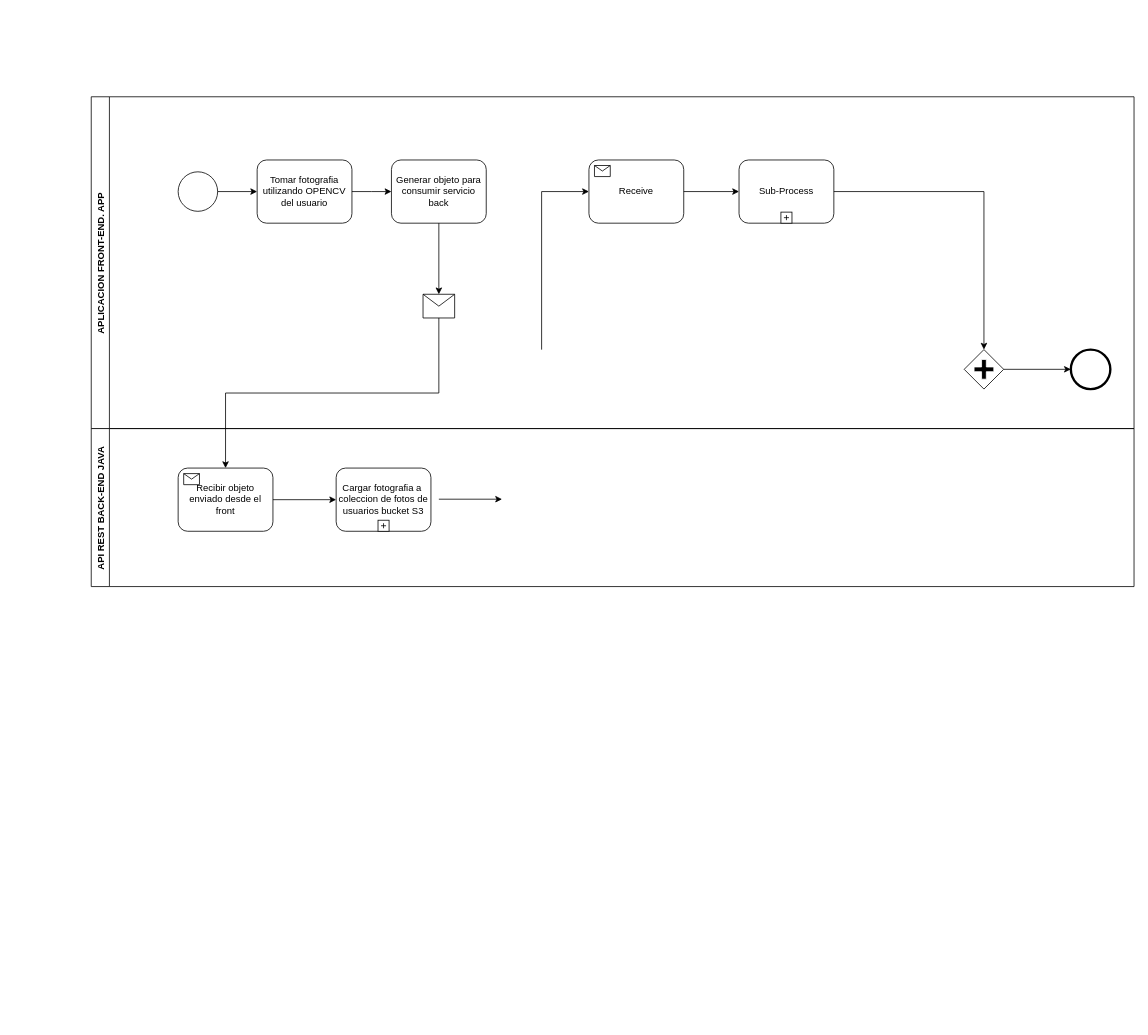
Earlier version of the draw.io diagram ProcesoRegistroUsuario.drawio (ca-milin15/proy_grado_2021_doc). Source tidied: cells renumbered, new cells numbered last; positions are measured from the earlier drawing's top-left corner, leaving out a move shared by most shapes. Both pictures are drawn from the tidied source at 79%, with x=0, y=0 at pixel (91, 96).
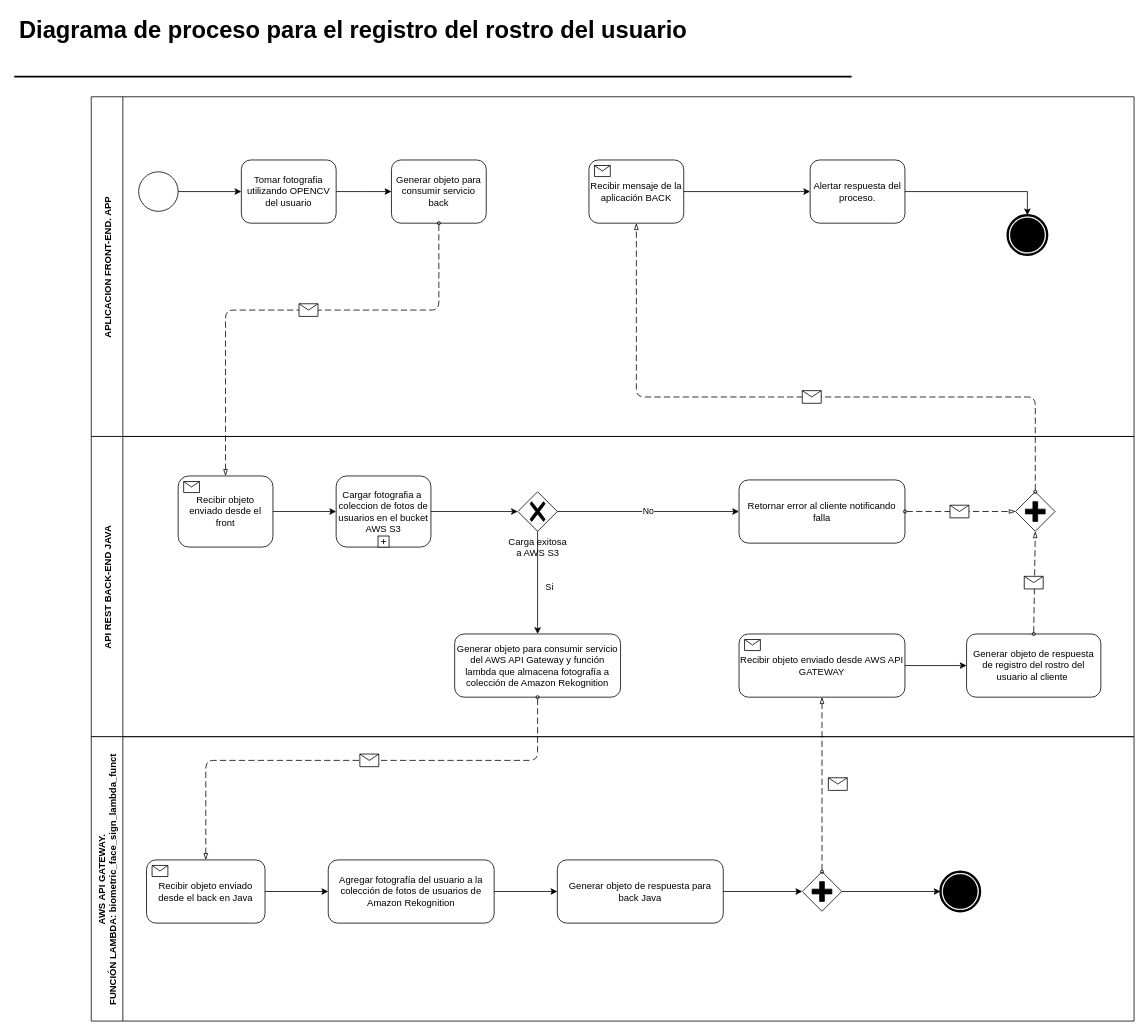
Above is the later version.

The change refers to these unchanged cells:
```xml
<mxCell id="17" value="Generar objeto para consumir servicio back" style="shape=ext;rounded=1;html=1;whiteSpace=wrap;" parent="16" vertex="1">
  <mxGeometry x="380" y="80" width="120" height="80" as="geometry" />
</mxCell>
```

Change to the diagram source:
```diff
@@
-    <mxCell id="2" style="shape=mxgraph.bpmn.shape;html=1;verticalLabelPosition=bottom;labelBackgroundColor=#ffffff;verticalAlign=top;perimeter=ellipsePerimeter;outline=standard;symbol=general;" parent="1" vertex="1">
-      <mxGeometry x="110" y="95" width="50" height="50" as="geometry" />
-    </mxCell>
-    <mxCell id="3" value="Tomar fotografia utilizando OPENCV del usuario" style="shape=ext;rounded=1;html=1;whiteSpace=wrap;" parent="1" vertex="1">
-      <mxGeometry x="210" y="80" width="120" height="80" as="geometry" />
-    </mxCell>
-    <mxCell id="4" value="Sub-Process" style="html=1;whiteSpace=wrap;rounded=1;" parent="1" vertex="1">
-      <mxGeometry x="820" y="80" width="120" height="80" as="geometry" />
-    </mxCell>
-    <mxCell id="5" style="html=1;shape=plus;" parent="4" vertex="1">
-      <mxGeometry x="0.5" y="1" width="14" height="14" relative="1" as="geometry">
-        <mxPoint x="-7" y="-14" as="offset" />
-      </mxGeometry>
-    </mxCell>
-    <mxCell id="6" value="Receive" style="html=1;whiteSpace=wrap;rounded=1;" parent="1" vertex="1">
+    <mxCell id="6" value="Recibir mensaje de la aplicación BACK" style="html=1;whiteSpace=wrap;rounded=1;" parent="1" vertex="1">
       <mxGeometry x="630" y="80" width="120" height="80" as="geometry" />
     </mxCell>
@@
-    <mxCell id="8" style="shape=mxgraph.bpmn.shape;html=1;verticalLabelPosition=bottom;labelBackgroundColor=#ffffff;verticalAlign=top;perimeter=rhombusPerimeter;background=gateway;outline=none;symbol=parallelGw;" parent="1" vertex="1">
-      <mxGeometry x="1105" y="320" width="50" height="50" as="geometry" />
-    </mxCell>
-    <mxCell id="9" style="shape=mxgraph.bpmn.shape;html=1;verticalLabelPosition=bottom;labelBackgroundColor=#ffffff;verticalAlign=top;perimeter=ellipsePerimeter;outline=end;symbol=general;" parent="1" vertex="1">
-      <mxGeometry x="1240" y="320" width="50" height="50" as="geometry" />
-    </mxCell>
-    <mxCell id="10" style="edgeStyle=orthogonalEdgeStyle;rounded=0;html=1;jettySize=auto;" parent="1" edge="1" source="2" target="3">
-      <mxGeometry relative="1" as="geometry" />
-    </mxCell>
@@
-    <mxCell id="12" style="edgeStyle=orthogonalEdgeStyle;rounded=0;html=1;jettySize=auto;" parent="1" edge="1" source="6" target="4">
+    <mxCell id="12" style="edgeStyle=orthogonalEdgeStyle;rounded=0;html=1;jettySize=auto;entryX=0;entryY=0.5;entryDx=0;entryDy=0;" parent="1" edge="1" source="6" target="45">
       <mxGeometry relative="1" as="geometry" />
     </mxCell>
-    <mxCell id="13" style="edgeStyle=orthogonalEdgeStyle;rounded=0;html=1;jettySize=auto;" parent="1" edge="1" source="4" target="8">
-      <mxGeometry relative="1" as="geometry">
-        <Array as="points">
-          <mxPoint x="1130" y="120" />
-        </Array>
-      </mxGeometry>
-    </mxCell>
-    <mxCell id="14" style="edgeStyle=orthogonalEdgeStyle;rounded=0;html=1;jettySize=auto;" parent="1" edge="1" source="8" target="9">
-      <mxGeometry relative="1" as="geometry" />
-    </mxCell>
-    <mxCell id="15" style="edgeStyle=orthogonalEdgeStyle;rounded=0;html=1;jettySize=auto;" parent="1" edge="1" target="6">
-      <mxGeometry relative="1" as="geometry">
-        <mxPoint x="570.1" y="320.1" as="sourcePoint" />
-        <Array as="points">
-          <mxPoint x="570" y="120" />
-        </Array>
-      </mxGeometry>
-    </mxCell>
-    <mxCell id="16" value="APLICACION FRONT-END. APP" style="swimlane;horizontal=0;" parent="1" vertex="1">
-      <mxGeometry width="1320" height="420" as="geometry" />
+    <mxCell id="16" value="APLICACION FRONT-END. APP" style="swimlane;horizontal=0;startSize=40;" parent="1" vertex="1">
+      <mxGeometry width="1320" height="430" as="geometry" />
     </mxCell>
@@
-    <mxCell id="18" style="shape=message;whiteSpace=wrap;html=1;" parent="16" vertex="1">
-      <mxGeometry x="420" y="250" width="40" height="30" as="geometry" />
-    </mxCell>
-    <mxCell id="19" style="edgeStyle=orthogonalEdgeStyle;rounded=0;html=1;jettySize=auto;exitX=0.5;exitY=1;exitDx=0;exitDy=0;entryX=0.5;entryY=0;entryDx=0;entryDy=0;" parent="16" edge="1" source="17" target="18">
-      <mxGeometry relative="1" as="geometry" />
-    </mxCell>
-    <mxCell id="20" value="API REST BACK-END JAVA" style="swimlane;horizontal=0;" parent="1" vertex="1">
-      <mxGeometry y="420" width="1320" height="200" as="geometry" />
+    <mxCell id="20" value="API REST BACK-END JAVA" style="swimlane;horizontal=0;startSize=40;" parent="16" vertex="1">
+      <mxGeometry y="430" width="1320" height="380" as="geometry" />
     </mxCell>
     <mxCell id="21" value="Recibir objeto enviado desde el front" style="html=1;whiteSpace=wrap;rounded=1;" parent="20" vertex="1">
-      <mxGeometry x="110" y="50" width="120" height="80" as="geometry" />
+      <mxGeometry x="110" y="50" width="120" height="90" as="geometry" />
     </mxCell>
@@
-    <mxCell id="23" value="Cargar fotografia a&amp;nbsp; coleccion de fotos de usuarios bucket S3" style="html=1;whiteSpace=wrap;rounded=1;" parent="20" vertex="1">
-      <mxGeometry x="310" y="50" width="120" height="80" as="geometry" />
+    <mxCell id="23" value="Cargar fotografia a&amp;nbsp; coleccion de fotos de usuarios en el bucket AWS S3" style="html=1;whiteSpace=wrap;rounded=1;" parent="20" vertex="1">
+      <mxGeometry x="310" y="50" width="120" height="90" as="geometry" />
     </mxCell>
@@
-    <mxCell id="26" style="edgeStyle=orthogonalEdgeStyle;rounded=0;html=1;jettySize=auto;orthogonalLoop=1;exitX=1;exitY=0.5;exitDx=0;exitDy=0;entryX=0;entryY=0.5;entryDx=0;entryDy=0;" parent="20" edge="1">
-      <mxGeometry relative="1" as="geometry">
-        <mxPoint x="440" y="89.4" as="sourcePoint" />
-        <mxPoint x="520" y="89.4" as="targetPoint" />
-      </mxGeometry>
+    <mxCell id="26" style="edgeStyle=orthogonalEdgeStyle;rounded=0;html=1;jettySize=auto;exitX=1;exitY=0.5;exitDx=0;exitDy=0;entryX=0;entryY=0.5;entryDx=0;entryDy=0;entryPerimeter=0;" parent="20" edge="1" source="23" target="28">
+      <mxGeometry relative="1" as="geometry" />
     </mxCell>
-    <mxCell id="27" style="edgeStyle=orthogonalEdgeStyle;rounded=0;html=1;jettySize=auto;exitX=0.5;exitY=1;exitDx=0;exitDy=0;entryX=0.5;entryY=0;entryDx=0;entryDy=0;" parent="1" edge="1" source="18" target="21">
-      <mxGeometry relative="1" as="geometry" />
-    </mxCell>
+    <mxCell id="28" value="Carga exitosa &lt;br&gt;a AWS S3" style="points=[[0.25,0.25,0],[0.5,0,0],[0.75,0.25,0],[1,0.5,0],[0.75,0.75,0],[0.5,1,0],[0.25,0.75,0],[0,0.5,0]];shape=mxgraph.bpmn.gateway2;html=1;verticalLabelPosition=bottom;labelBackgroundColor=#ffffff;verticalAlign=top;align=center;perimeter=rhombusPerimeter;outlineConnect=0;outline=none;symbol=none;gwType=exclusive;" parent="20" vertex="1">
+      <mxGeometry x="540" y="70" width="50" height="50" as="geometry" />
+    </mxCell>
+    <mxCell id="29" value="Si" style="edgeStyle=orthogonalEdgeStyle;rounded=0;html=1;jettySize=auto;exitX=0.5;exitY=1;exitDx=0;exitDy=0;exitPerimeter=0;entryX=0.5;entryY=0;entryDx=0;entryDy=0;" parent="20" edge="1" source="28" target="35">
+      <mxGeometry x="0.08" y="15" relative="1" as="geometry">
+        <Array as="points">
+          <mxPoint x="565" y="200" />
+        </Array>
+        <mxPoint y="1" as="offset" />
+      </mxGeometry>
+    </mxCell>
+    <mxCell id="30" value="Retornar error al cliente notificando falla" style="shape=ext;rounded=1;html=1;whiteSpace=wrap;" parent="20" vertex="1">
+      <mxGeometry x="820" y="55" width="210" height="80" as="geometry" />
+    </mxCell>
+    <mxCell id="31" value="No" style="edgeStyle=orthogonalEdgeStyle;rounded=0;html=1;jettySize=auto;exitX=1;exitY=0.5;exitDx=0;exitDy=0;exitPerimeter=0;entryX=0;entryY=0.5;entryDx=0;entryDy=0;" parent="20" edge="1" source="28" target="30">
+      <mxGeometry relative="1" as="geometry" />
+    </mxCell>
+    <mxCell id="32" style="points=[[0.25,0.25,0],[0.5,0,0],[0.75,0.25,0],[1,0.5,0],[0.75,0.75,0],[0.5,1,0],[0.25,0.75,0],[0,0.5,0]];shape=mxgraph.bpmn.gateway2;html=1;verticalLabelPosition=bottom;labelBackgroundColor=#ffffff;verticalAlign=top;align=center;perimeter=rhombusPerimeter;outlineConnect=0;outline=none;symbol=none;gwType=parallel;" parent="20" vertex="1">
+      <mxGeometry x="1170" y="70" width="50" height="50" as="geometry" />
+    </mxCell>
+    <mxCell id="33" style="endArrow=blockThin;html=1;labelPosition=left;verticalLabelPosition=middle;align=right;verticalAlign=middle;dashed=1;dashPattern=8 4;endFill=0;startArrow=oval;startFill=0;endSize=6;startSize=4;entryX=0;entryY=0.5;entryDx=0;entryDy=0;entryPerimeter=0;exitX=1;exitY=0.5;exitDx=0;exitDy=0;" parent="20" edge="1" source="30" target="32">
+      <mxGeometry relative="1" as="geometry" />
+    </mxCell>
+    <mxCell id="34" style="shape=message;html=1;labelPosition=left;verticalLabelPosition=middle;align=right;verticalAlign=middle;spacingRight=5;labelBackgroundColor=#ffffff;" parent="33" vertex="1">
+      <mxGeometry width="24" height="16" relative="1" as="geometry">
+        <mxPoint x="-13" y="-8" as="offset" />
+      </mxGeometry>
+    </mxCell>
+    <mxCell id="35" value="Generar objeto para consumir servicio del AWS API Gateway y función lambda que almacena fotografía a colección de Amazon Rekognition" style="shape=ext;rounded=1;html=1;whiteSpace=wrap;" parent="20" vertex="1">
+      <mxGeometry x="460" y="250" width="210" height="80" as="geometry" />
+    </mxCell>
+    <mxCell id="36" value="Recibir objeto enviado desde AWS API GATEWAY" style="html=1;whiteSpace=wrap;rounded=1;" parent="20" vertex="1">
+      <mxGeometry x="820" y="250" width="210" height="80" as="geometry" />
+    </mxCell>
+    <mxCell id="37" style="html=1;shape=message;" parent="36" vertex="1">
+      <mxGeometry width="20" height="14" relative="1" as="geometry">
+        <mxPoint x="7" y="7" as="offset" />
+      </mxGeometry>
+    </mxCell>
+    <mxCell id="38" value="Generar objeto de respuesta de registro del rostro del usuario al cliente&amp;nbsp;" style="shape=ext;rounded=1;html=1;whiteSpace=wrap;" parent="20" vertex="1">
+      <mxGeometry x="1108" y="250" width="170" height="80" as="geometry" />
+    </mxCell>
+    <mxCell id="39" style="edgeStyle=orthogonalEdgeStyle;rounded=0;html=1;jettySize=auto;exitX=1;exitY=0.5;exitDx=0;exitDy=0;entryX=0;entryY=0.5;entryDx=0;entryDy=0;" parent="20" edge="1" source="36" target="38">
+      <mxGeometry relative="1" as="geometry" />
+    </mxCell>
+    <mxCell id="40" style="endArrow=blockThin;html=1;labelPosition=left;verticalLabelPosition=middle;align=right;verticalAlign=middle;dashed=1;dashPattern=8 4;endFill=0;startArrow=oval;startFill=0;endSize=6;startSize=4;entryX=0.5;entryY=1;entryDx=0;entryDy=0;entryPerimeter=0;exitX=0.5;exitY=0;exitDx=0;exitDy=0;" parent="20" edge="1" source="38" target="32">
+      <mxGeometry relative="1" as="geometry" />
+    </mxCell>
+    <mxCell id="41" style="shape=message;html=1;labelPosition=left;verticalLabelPosition=middle;align=right;verticalAlign=middle;spacingRight=5;labelBackgroundColor=#ffffff;" parent="40" vertex="1">
+      <mxGeometry width="24" height="16" relative="1" as="geometry">
+        <mxPoint x="-13" y="-8" as="offset" />
+      </mxGeometry>
+    </mxCell>
+    <mxCell id="42" style="endArrow=blockThin;html=1;labelPosition=left;verticalLabelPosition=middle;align=right;verticalAlign=middle;dashed=1;dashPattern=8 4;endFill=0;startArrow=oval;startFill=0;endSize=6;startSize=4;exitX=0.5;exitY=1;exitDx=0;exitDy=0;entryX=0.5;entryY=0;entryDx=0;entryDy=0;" parent="16" edge="1" source="17" target="21">
+      <mxGeometry relative="1" as="geometry">
+        <Array as="points">
+          <mxPoint x="440" y="270" />
+          <mxPoint x="170" y="270" />
+        </Array>
+      </mxGeometry>
+    </mxCell>
+    <mxCell id="43" style="shape=message;html=1;labelPosition=left;verticalLabelPosition=middle;align=right;verticalAlign=middle;spacingRight=5;labelBackgroundColor=#ffffff;" parent="42" vertex="1">
+      <mxGeometry width="24" height="16" relative="1" as="geometry">
+        <mxPoint x="8" y="-8" as="offset" />
+      </mxGeometry>
+    </mxCell>
+    <mxCell id="44" style="points=[[0.145,0.145,0],[0.5,0,0],[0.855,0.145,0],[1,0.5,0],[0.855,0.855,0],[0.5,1,0],[0.145,0.855,0],[0,0.5,0]];shape=mxgraph.bpmn.event;html=1;verticalLabelPosition=bottom;labelBackgroundColor=#ffffff;verticalAlign=top;align=center;perimeter=ellipsePerimeter;outlineConnect=0;outline=end;symbol=terminate;" parent="16" vertex="1">
+      <mxGeometry x="1160" y="150" width="50" height="50" as="geometry" />
+    </mxCell>
+    <mxCell id="45" value="Alertar respuesta del proceso." style="shape=ext;rounded=1;html=1;whiteSpace=wrap;" parent="16" vertex="1">
+      <mxGeometry x="910" y="80" width="120" height="80" as="geometry" />
+    </mxCell>
+    <mxCell id="46" style="edgeStyle=orthogonalEdgeStyle;rounded=0;html=1;jettySize=auto;exitX=1;exitY=0.5;exitDx=0;exitDy=0;entryX=0.5;entryY=0;entryDx=0;entryDy=0;entryPerimeter=0;" parent="16" edge="1" source="45" target="44">
+      <mxGeometry relative="1" as="geometry" />
+    </mxCell>
+    <mxCell id="2" style="shape=mxgraph.bpmn.shape;html=1;verticalLabelPosition=bottom;labelBackgroundColor=#ffffff;verticalAlign=top;perimeter=ellipsePerimeter;outline=standard;symbol=general;" parent="16" vertex="1">
+      <mxGeometry x="60" y="95" width="50" height="50" as="geometry" />
+    </mxCell>
+    <mxCell id="3" value="Tomar fotografia utilizando OPENCV del usuario" style="shape=ext;rounded=1;html=1;whiteSpace=wrap;" parent="16" vertex="1">
+      <mxGeometry x="190" y="80" width="120" height="80" as="geometry" />
+    </mxCell>
+    <mxCell id="10" style="edgeStyle=orthogonalEdgeStyle;rounded=0;html=1;jettySize=auto;" parent="16" edge="1" source="2" target="3">
+      <mxGeometry relative="1" as="geometry" />
+    </mxCell>
+    <mxCell id="47" style="endArrow=blockThin;html=1;labelPosition=left;verticalLabelPosition=middle;align=right;verticalAlign=middle;dashed=1;dashPattern=8 4;endFill=0;startArrow=oval;startFill=0;endSize=6;startSize=4;exitX=0.5;exitY=0;exitDx=0;exitDy=0;exitPerimeter=0;entryX=0.5;entryY=1;entryDx=0;entryDy=0;" parent="1" edge="1" source="32" target="6">
+      <mxGeometry relative="1" as="geometry">
+        <Array as="points">
+          <mxPoint x="1195" y="380" />
+          <mxPoint x="690" y="380" />
+        </Array>
+      </mxGeometry>
+    </mxCell>
+    <mxCell id="48" style="shape=message;html=1;labelPosition=left;verticalLabelPosition=middle;align=right;verticalAlign=middle;spacingRight=5;labelBackgroundColor=#ffffff;" parent="47" vertex="1">
+      <mxGeometry width="24" height="16" relative="1" as="geometry">
+        <mxPoint x="8" y="-8" as="offset" />
+      </mxGeometry>
+    </mxCell>
+    <mxCell id="49" value="AWS API GATEWAY. &#10;FUNCIÓN LAMBDA: biometric_face_sign_lambda_funct" style="swimlane;horizontal=0;startSize=40;" parent="1" vertex="1">
+      <mxGeometry y="810" width="1320" height="360" as="geometry" />
+    </mxCell>
+    <mxCell id="50" value="Recibir objeto enviado desde el back en Java" style="html=1;whiteSpace=wrap;rounded=1;" parent="49" vertex="1">
+      <mxGeometry x="70" y="156" width="150" height="80" as="geometry" />
+    </mxCell>
+    <mxCell id="51" style="html=1;shape=message;" parent="50" vertex="1">
+      <mxGeometry width="20" height="14" relative="1" as="geometry">
+        <mxPoint x="7" y="7" as="offset" />
+      </mxGeometry>
+    </mxCell>
+    <mxCell id="52" value="Agregar fotografía del usuario a la colección de fotos de usuarios de Amazon Rekognition" style="shape=ext;rounded=1;html=1;whiteSpace=wrap;" parent="49" vertex="1">
+      <mxGeometry x="300" y="156" width="210" height="80" as="geometry" />
+    </mxCell>
+    <mxCell id="53" style="edgeStyle=orthogonalEdgeStyle;rounded=0;html=1;jettySize=auto;exitX=1;exitY=0.5;exitDx=0;exitDy=0;entryX=0;entryY=0.5;entryDx=0;entryDy=0;" parent="49" edge="1" source="50" target="52">
+      <mxGeometry relative="1" as="geometry" />
+    </mxCell>
+    <mxCell id="54" value="Generar objeto de respuesta para back Java" style="shape=ext;rounded=1;html=1;whiteSpace=wrap;" parent="49" vertex="1">
+      <mxGeometry x="590" y="156" width="210" height="80" as="geometry" />
+    </mxCell>
+    <mxCell id="55" style="edgeStyle=orthogonalEdgeStyle;rounded=0;html=1;jettySize=auto;exitX=1;exitY=0.5;exitDx=0;exitDy=0;entryX=0;entryY=0.5;entryDx=0;entryDy=0;" parent="49" edge="1" source="52" target="54">
+      <mxGeometry relative="1" as="geometry" />
+    </mxCell>
+    <mxCell id="56" style="points=[[0.25,0.25,0],[0.5,0,0],[0.75,0.25,0],[1,0.5,0],[0.75,0.75,0],[0.5,1,0],[0.25,0.75,0],[0,0.5,0]];shape=mxgraph.bpmn.gateway2;html=1;verticalLabelPosition=bottom;labelBackgroundColor=#ffffff;verticalAlign=top;align=center;perimeter=rhombusPerimeter;outlineConnect=0;outline=none;symbol=none;gwType=parallel;" parent="49" vertex="1">
+      <mxGeometry x="900" y="171" width="50" height="50" as="geometry" />
+    </mxCell>
+    <mxCell id="57" style="edgeStyle=orthogonalEdgeStyle;rounded=0;html=1;jettySize=auto;exitX=1;exitY=0.5;exitDx=0;exitDy=0;entryX=0;entryY=0.5;entryDx=0;entryDy=0;entryPerimeter=0;" parent="49" edge="1" source="54" target="56">
+      <mxGeometry relative="1" as="geometry" />
+    </mxCell>
+    <mxCell id="58" style="points=[[0.145,0.145,0],[0.5,0,0],[0.855,0.145,0],[1,0.5,0],[0.855,0.855,0],[0.5,1,0],[0.145,0.855,0],[0,0.5,0]];shape=mxgraph.bpmn.event;html=1;verticalLabelPosition=bottom;labelBackgroundColor=#ffffff;verticalAlign=top;align=center;perimeter=ellipsePerimeter;outlineConnect=0;outline=end;symbol=terminate;" parent="49" vertex="1">
+      <mxGeometry x="1075" y="171" width="50" height="50" as="geometry" />
+    </mxCell>
+    <mxCell id="59" style="edgeStyle=orthogonalEdgeStyle;rounded=0;html=1;jettySize=auto;entryX=0;entryY=0.5;entryDx=0;entryDy=0;entryPerimeter=0;exitX=1;exitY=0.5;exitDx=0;exitDy=0;exitPerimeter=0;" parent="49" edge="1" source="56" target="58">
+      <mxGeometry relative="1" as="geometry" />
+    </mxCell>
+    <mxCell id="60" style="endArrow=blockThin;html=1;labelPosition=left;verticalLabelPosition=middle;align=right;verticalAlign=middle;dashed=1;dashPattern=8 4;endFill=0;startArrow=oval;startFill=0;endSize=6;startSize=4;entryX=0.5;entryY=0;entryDx=0;entryDy=0;exitX=0.5;exitY=1;exitDx=0;exitDy=0;" parent="1" edge="1" source="35" target="50">
+      <mxGeometry relative="1" as="geometry">
+        <Array as="points">
+          <mxPoint x="565" y="840" />
+          <mxPoint x="145" y="840" />
+        </Array>
+      </mxGeometry>
+    </mxCell>
+    <mxCell id="61" style="shape=message;html=1;labelPosition=left;verticalLabelPosition=middle;align=right;verticalAlign=middle;spacingRight=5;labelBackgroundColor=#ffffff;" parent="60" vertex="1">
+      <mxGeometry width="24" height="16" relative="1" as="geometry">
+        <mxPoint x="8" y="-8" as="offset" />
+      </mxGeometry>
+    </mxCell>
+    <mxCell id="62" style="endArrow=blockThin;html=1;labelPosition=left;verticalLabelPosition=middle;align=right;verticalAlign=middle;dashed=1;dashPattern=8 4;endFill=0;startArrow=oval;startFill=0;endSize=6;startSize=4;entryX=0.5;entryY=1;entryDx=0;entryDy=0;exitX=0.5;exitY=0;exitDx=0;exitDy=0;exitPerimeter=0;" parent="1" edge="1" source="56" target="36">
+      <mxGeometry relative="1" as="geometry">
+        <Array as="points">
+          <mxPoint x="925" y="870" />
+        </Array>
+      </mxGeometry>
+    </mxCell>
+    <mxCell id="63" style="shape=message;html=1;labelPosition=left;verticalLabelPosition=middle;align=right;verticalAlign=middle;spacingRight=5;labelBackgroundColor=#ffffff;" parent="62" vertex="1">
+      <mxGeometry width="24" height="16" relative="1" as="geometry">
+        <mxPoint x="8" y="-8" as="offset" />
+      </mxGeometry>
+    </mxCell>
+    <mxCell id="64" value="Diagrama de proceso para el registro del rostro del usuario" style="text;html=1;align=left;verticalAlign=top;spacingTop=-4;fontSize=30;fontStyle=1;" parent="1" vertex="1">
+      <mxGeometry x="-93.5" y="-105.5" width="860" height="40" as="geometry" />
+    </mxCell>
+    <mxCell id="65" style="line;strokeWidth=2;html=1;fontSize=14;" parent="1" vertex="1">
+      <mxGeometry x="-97.5" y="-30.5" width="1060" height="10" as="geometry" />
+    </mxCell>
```
